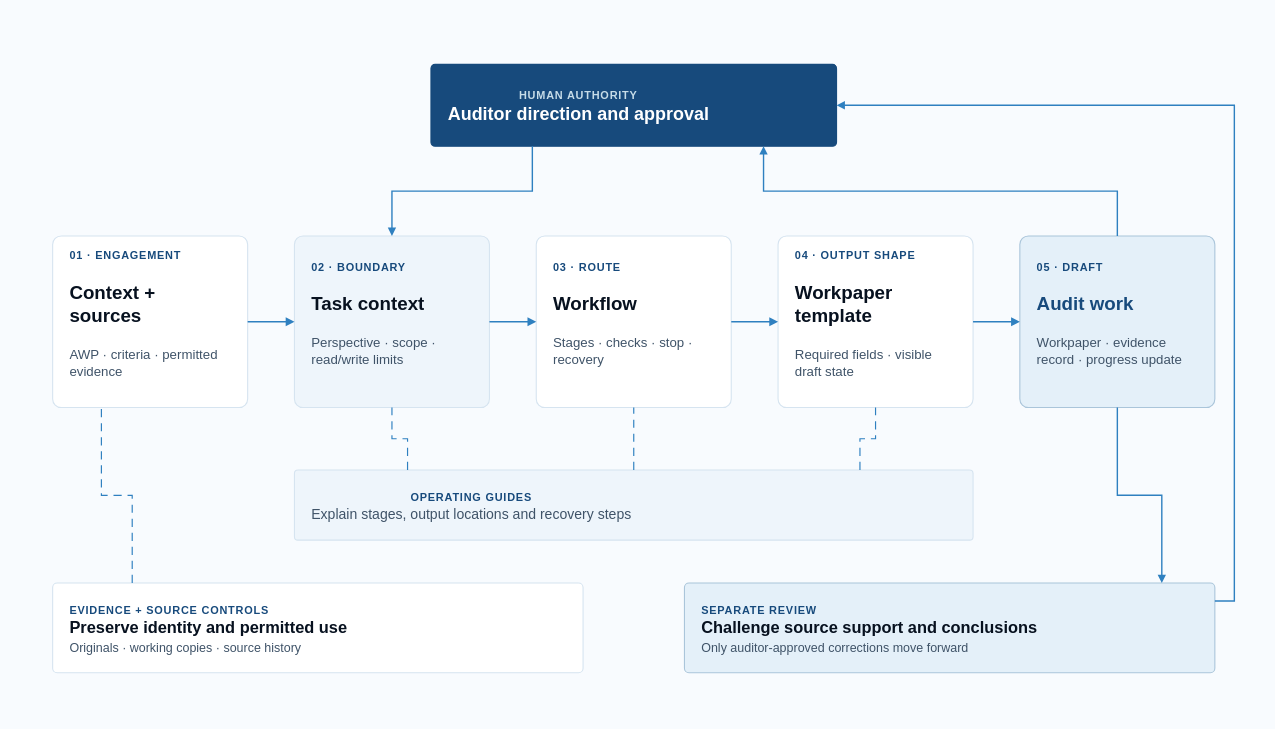
This is aeos/assets/source/aeos-core-component-interactions.drawio from busera/busera.github.io, a draw.io file, before an edit. Source tidied: cells renumbered, new cells numbered last; positions are measured from the earlier drawing's top-left corner, leaving out a move shared by most shapes. Both pictures are drawn from the tidied source at 78%, with x=0, y=0 at pixel (52, 55).
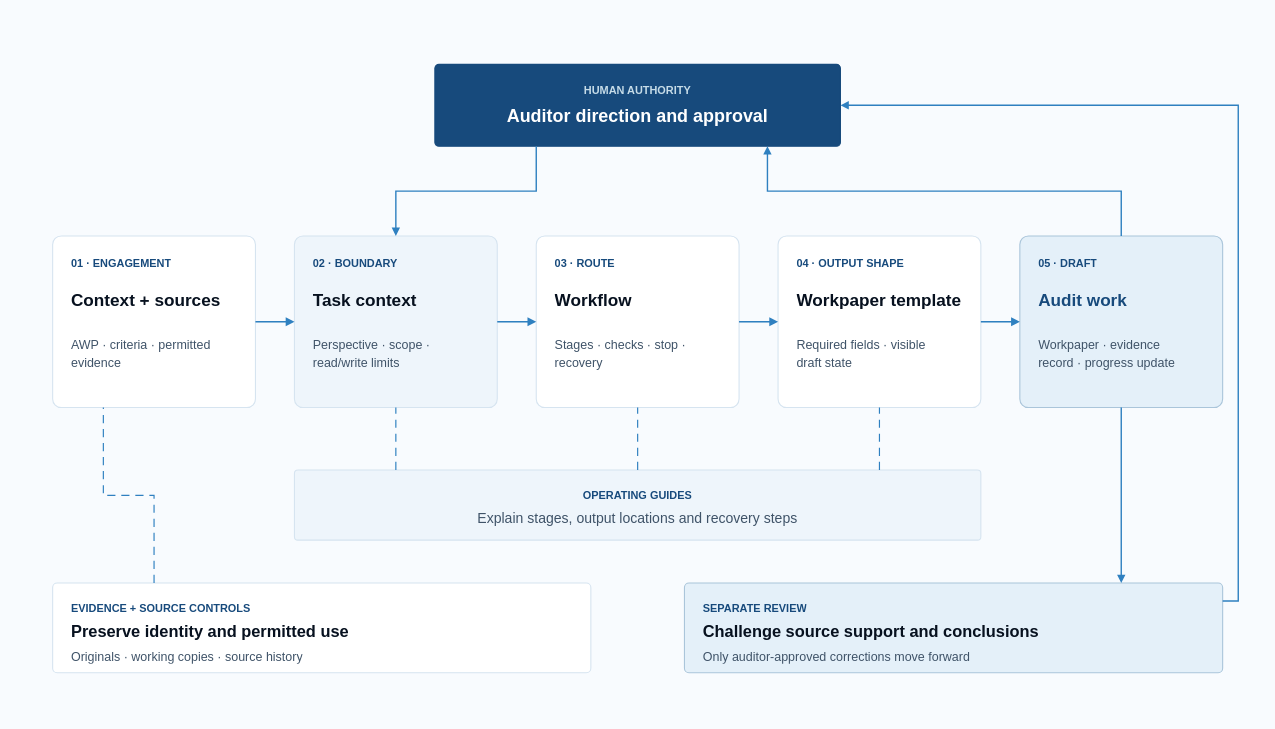
The same page after the edit.

Commit message (it also covers changes not shown here):
fix(aeos): align diagram typography

Diff of the diagram source:
```diff
@@
     <mxCell id="2" style="shape=rectangle;fillColor=none;strokeColor=none;opacity=0;html=1;" parent="1" vertex="1">
-      <mxGeometry x="4" width="1482.5" height="792.5" as="geometry" />
+      <mxGeometry x="-50" y="-54" width="1600" height="900" as="geometry" />
     </mxCell>
-    <mxCell id="3" value="&lt;div style=&quot;text-align:center;line-height:1.25;&quot;&gt;&lt;span style=&quot;font-size:14px;font-weight:700;letter-spacing:1px;color:#C6DCE8;&quot;&gt;HUMAN AUTHORITY&lt;/span&gt;&lt;br&gt;&lt;span style=&quot;font-size:23px;font-weight:700;color:#FFFFFF;&quot;&gt;Auditor direction and approval&lt;/span&gt;&lt;/div&gt;" style="rounded=1;arcSize=5;whiteSpace=wrap;html=1;fillColor=#174A7C;strokeColor=#174A7C;strokeWidth=1.4;align=left;verticalAlign=middle;fontFamily=Helvetica;fontSize=18;fontColor=#FFFFFF;spacingTop=18;spacingBottom=18;spacingLeft=20;spacingRight=20;shadow=0;" parent="1" vertex="1">
-      <mxGeometry x="485" y="11" width="520" height="105" as="geometry" />
+    <mxCell id="3" style="rounded=1;arcSize=5;whiteSpace=wrap;html=1;fillColor=#174A7C;strokeColor=#174A7C;strokeWidth=1.4;shadow=0;" parent="1" vertex="1">
+      <mxGeometry x="490" y="11" width="520" height="105" as="geometry" />
     </mxCell>
+    <mxCell id="24" value="HUMAN AUTHORITY" style="text;html=1;whiteSpace=wrap;overflow=hidden;strokeColor=none;fillColor=none;spacing=0;spacingTop=0;spacingBottom=0;spacingLeft=0;spacingRight=0;align=center;verticalAlign=top;fontFamily=Helvetica;fontColor=#C6DCE8;fontSize=14;fontStyle=1;" parent="1" vertex="1">
+      <mxGeometry x="514" y="32" width="472" height="20" as="geometry" />
+    </mxCell>
+    <mxCell id="25" value="Auditor direction and approval" style="text;html=1;whiteSpace=wrap;overflow=hidden;strokeColor=none;fillColor=none;spacing=0;spacingTop=0;spacingBottom=0;spacingLeft=0;spacingRight=0;align=center;verticalAlign=top;fontFamily=Helvetica;fontColor=#FFFFFF;fontSize=23;fontStyle=1;" parent="1" vertex="1">
+      <mxGeometry x="514" y="59" width="472" height="32" as="geometry" />
+    </mxCell>
-    <mxCell id="4" value="&lt;div style=&quot;line-height:1.25;&quot;&gt;&lt;span style=&quot;font-size:14px;font-weight:700;letter-spacing:1px;color:#174A7C;&quot;&gt;01 · ENGAGEMENT&lt;/span&gt;&lt;br&gt;&lt;br&gt;&lt;span style=&quot;font-size:24px;font-weight:700;color:#07111F;&quot;&gt;Context + sources&lt;/span&gt;&lt;br&gt;&lt;br&gt;&lt;span style=&quot;font-size:17px;color:#3F5368;&quot;&gt;AWP · criteria · permitted evidence&lt;/span&gt;&lt;br&gt;&lt;br&gt;&lt;span style=&quot;font-size:13px;font-weight:700;letter-spacing:0.8px;color:#5A6F85;&quot;&gt;&lt;/span&gt;&lt;/div&gt;" style="rounded=1;arcSize=5;whiteSpace=wrap;html=1;fillColor=#FFFFFF;strokeColor=#D6E4F0;strokeWidth=1.4;align=left;verticalAlign=middle;fontFamily=Helvetica;fontSize=18;fontColor=#07111F;spacingTop=18;spacingBottom=18;spacingLeft=20;spacingRight=20;shadow=0;" parent="1" vertex="1">
-      <mxGeometry y="231" width="250" height="220" as="geometry" />
+    <mxCell id="4" style="rounded=1;arcSize=5;whiteSpace=wrap;html=1;fillColor=#FFFFFF;strokeColor=#D6E4F0;strokeWidth=1.4;shadow=0;" parent="1" vertex="1">
+      <mxGeometry y="231" width="260" height="220" as="geometry" />
     </mxCell>
+    <mxCell id="26" value="01 · ENGAGEMENT" style="text;html=1;whiteSpace=wrap;overflow=hidden;strokeColor=none;fillColor=none;spacing=0;spacingTop=0;spacingBottom=0;spacingLeft=0;spacingRight=0;align=left;verticalAlign=top;fontFamily=Helvetica;fontColor=#174A7C;fontSize=14;fontStyle=1;" parent="1" vertex="1">
+      <mxGeometry x="24" y="253" width="212" height="22" as="geometry" />
+    </mxCell>
+    <mxCell id="27" value="Context + sources" style="text;html=1;whiteSpace=wrap;overflow=hidden;strokeColor=none;fillColor=none;spacing=0;spacingTop=0;spacingBottom=0;spacingLeft=0;spacingRight=0;align=left;verticalAlign=top;fontFamily=Helvetica;fontColor=#07111F;fontSize=22;fontStyle=1;" parent="1" vertex="1">
+      <mxGeometry x="24" y="296" width="212" height="40" as="geometry" />
+    </mxCell>
+    <mxCell id="28" value="&lt;div style=&quot;line-height:1.35;&quot;&gt;AWP · criteria · permitted&lt;br&gt;evidence&lt;/div&gt;" style="text;html=1;whiteSpace=wrap;overflow=hidden;strokeColor=none;fillColor=none;spacing=0;spacingTop=0;spacingBottom=0;spacingLeft=0;spacingRight=0;align=left;verticalAlign=top;fontFamily=Helvetica;fontColor=#3F5368;fontSize=16;fontStyle=0;" parent="1" vertex="1">
+      <mxGeometry x="24" y="356" width="212" height="56" as="geometry" />
+    </mxCell>
-    <mxCell id="5" value="&lt;div style=&quot;line-height:1.25;&quot;&gt;&lt;span style=&quot;font-size:14px;font-weight:700;letter-spacing:1px;color:#174A7C;&quot;&gt;02 · BOUNDARY&lt;/span&gt;&lt;br&gt;&lt;br&gt;&lt;span style=&quot;font-size:24px;font-weight:700;color:#07111F;&quot;&gt;Task context&lt;/span&gt;&lt;br&gt;&lt;br&gt;&lt;span style=&quot;font-size:17px;color:#3F5368;&quot;&gt;Perspective · scope · read/write limits&lt;/span&gt;&lt;br&gt;&lt;br&gt;&lt;span style=&quot;font-size:13px;font-weight:700;letter-spacing:0.8px;color:#5A6F85;&quot;&gt;&lt;/span&gt;&lt;/div&gt;" style="rounded=1;arcSize=5;whiteSpace=wrap;html=1;fillColor=#EEF5FB;strokeColor=#D6E4F0;strokeWidth=1.4;align=left;verticalAlign=middle;fontFamily=Helvetica;fontSize=18;fontColor=#07111F;spacingTop=18;spacingBottom=18;spacingLeft=20;spacingRight=20;shadow=0;" parent="1" vertex="1">
-      <mxGeometry x="310" y="231" width="250" height="220" as="geometry" />
+    <mxCell id="5" style="rounded=1;arcSize=5;whiteSpace=wrap;html=1;fillColor=#EEF5FB;strokeColor=#D6E4F0;strokeWidth=1.4;shadow=0;" parent="1" vertex="1">
+      <mxGeometry x="310" y="231" width="260" height="220" as="geometry" />
     </mxCell>
+    <mxCell id="29" value="02 · BOUNDARY" style="text;html=1;whiteSpace=wrap;overflow=hidden;strokeColor=none;fillColor=none;spacing=0;spacingTop=0;spacingBottom=0;spacingLeft=0;spacingRight=0;align=left;verticalAlign=top;fontFamily=Helvetica;fontColor=#174A7C;fontSize=14;fontStyle=1;" parent="1" vertex="1">
+      <mxGeometry x="334" y="253" width="212" height="22" as="geometry" />
+    </mxCell>
+    <mxCell id="30" value="Task context" style="text;html=1;whiteSpace=wrap;overflow=hidden;strokeColor=none;fillColor=none;spacing=0;spacingTop=0;spacingBottom=0;spacingLeft=0;spacingRight=0;align=left;verticalAlign=top;fontFamily=Helvetica;fontColor=#07111F;fontSize=22;fontStyle=1;" parent="1" vertex="1">
+      <mxGeometry x="334" y="296" width="212" height="40" as="geometry" />
+    </mxCell>
+    <mxCell id="31" value="&lt;div style=&quot;line-height:1.35;&quot;&gt;Perspective · scope ·&lt;br&gt;read/write limits&lt;/div&gt;" style="text;html=1;whiteSpace=wrap;overflow=hidden;strokeColor=none;fillColor=none;spacing=0;spacingTop=0;spacingBottom=0;spacingLeft=0;spacingRight=0;align=left;verticalAlign=top;fontFamily=Helvetica;fontColor=#3F5368;fontSize=16;fontStyle=0;" parent="1" vertex="1">
+      <mxGeometry x="334" y="356" width="212" height="56" as="geometry" />
+    </mxCell>
-    <mxCell id="6" value="&lt;div style=&quot;line-height:1.25;&quot;&gt;&lt;span style=&quot;font-size:14px;font-weight:700;letter-spacing:1px;color:#174A7C;&quot;&gt;03 · ROUTE&lt;/span&gt;&lt;br&gt;&lt;br&gt;&lt;span style=&quot;font-size:24px;font-weight:700;color:#07111F;&quot;&gt;Workflow&lt;/span&gt;&lt;br&gt;&lt;br&gt;&lt;span style=&quot;font-size:17px;color:#3F5368;&quot;&gt;Stages · checks · stop · recovery&lt;/span&gt;&lt;br&gt;&lt;br&gt;&lt;span style=&quot;font-size:13px;font-weight:700;letter-spacing:0.8px;color:#5A6F85;&quot;&gt;&lt;/span&gt;&lt;/div&gt;" style="rounded=1;arcSize=5;whiteSpace=wrap;html=1;fillColor=#FFFFFF;strokeColor=#D6E4F0;strokeWidth=1.4;align=left;verticalAlign=middle;fontFamily=Helvetica;fontSize=18;fontColor=#07111F;spacingTop=18;spacingBottom=18;spacingLeft=20;spacingRight=20;shadow=0;" parent="1" vertex="1">
-      <mxGeometry x="620" y="231" width="250" height="220" as="geometry" />
+    <mxCell id="6" style="rounded=1;arcSize=5;whiteSpace=wrap;html=1;fillColor=#FFFFFF;strokeColor=#D6E4F0;strokeWidth=1.4;shadow=0;" parent="1" vertex="1">
+      <mxGeometry x="620" y="231" width="260" height="220" as="geometry" />
     </mxCell>
+    <mxCell id="32" value="03 · ROUTE" style="text;html=1;whiteSpace=wrap;overflow=hidden;strokeColor=none;fillColor=none;spacing=0;spacingTop=0;spacingBottom=0;spacingLeft=0;spacingRight=0;align=left;verticalAlign=top;fontFamily=Helvetica;fontColor=#174A7C;fontSize=14;fontStyle=1;" parent="1" vertex="1">
+      <mxGeometry x="644" y="253" width="212" height="22" as="geometry" />
+    </mxCell>
+    <mxCell id="33" value="Workflow" style="text;html=1;whiteSpace=wrap;overflow=hidden;strokeColor=none;fillColor=none;spacing=0;spacingTop=0;spacingBottom=0;spacingLeft=0;spacingRight=0;align=left;verticalAlign=top;fontFamily=Helvetica;fontColor=#07111F;fontSize=22;fontStyle=1;" parent="1" vertex="1">
+      <mxGeometry x="644" y="296" width="212" height="40" as="geometry" />
+    </mxCell>
+    <mxCell id="34" value="&lt;div style=&quot;line-height:1.35;&quot;&gt;Stages · checks · stop ·&lt;br&gt;recovery&lt;/div&gt;" style="text;html=1;whiteSpace=wrap;overflow=hidden;strokeColor=none;fillColor=none;spacing=0;spacingTop=0;spacingBottom=0;spacingLeft=0;spacingRight=0;align=left;verticalAlign=top;fontFamily=Helvetica;fontColor=#3F5368;fontSize=16;fontStyle=0;" parent="1" vertex="1">
+      <mxGeometry x="644" y="356" width="212" height="56" as="geometry" />
+    </mxCell>
-    <mxCell id="7" value="&lt;div style=&quot;line-height:1.25;&quot;&gt;&lt;span style=&quot;font-size:14px;font-weight:700;letter-spacing:1px;color:#174A7C;&quot;&gt;04 · OUTPUT SHAPE&lt;/span&gt;&lt;br&gt;&lt;br&gt;&lt;span style=&quot;font-size:24px;font-weight:700;color:#07111F;&quot;&gt;Workpaper template&lt;/span&gt;&lt;br&gt;&lt;br&gt;&lt;span style=&quot;font-size:17px;color:#3F5368;&quot;&gt;Required fields · visible draft state&lt;/span&gt;&lt;br&gt;&lt;br&gt;&lt;span style=&quot;font-size:13px;font-weight:700;letter-spacing:0.8px;color:#5A6F85;&quot;&gt;&lt;/span&gt;&lt;/div&gt;" style="rounded=1;arcSize=5;whiteSpace=wrap;html=1;fillColor=#FFFFFF;strokeColor=#D6E4F0;strokeWidth=1.4;align=left;verticalAlign=middle;fontFamily=Helvetica;fontSize=18;fontColor=#07111F;spacingTop=18;spacingBottom=18;spacingLeft=20;spacingRight=20;shadow=0;" parent="1" vertex="1">
-      <mxGeometry x="930" y="231" width="250" height="220" as="geometry" />
+    <mxCell id="7" style="rounded=1;arcSize=5;whiteSpace=wrap;html=1;fillColor=#FFFFFF;strokeColor=#D6E4F0;strokeWidth=1.4;shadow=0;" parent="1" vertex="1">
+      <mxGeometry x="930" y="231" width="260" height="220" as="geometry" />
     </mxCell>
+    <mxCell id="35" value="04 · OUTPUT SHAPE" style="text;html=1;whiteSpace=wrap;overflow=hidden;strokeColor=none;fillColor=none;spacing=0;spacingTop=0;spacingBottom=0;spacingLeft=0;spacingRight=0;align=left;verticalAlign=top;fontFamily=Helvetica;fontColor=#174A7C;fontSize=14;fontStyle=1;" parent="1" vertex="1">
+      <mxGeometry x="954" y="253" width="212" height="22" as="geometry" />
+    </mxCell>
+    <mxCell id="36" value="Workpaper template" style="text;html=1;whiteSpace=wrap;overflow=hidden;strokeColor=none;fillColor=none;spacing=0;spacingTop=0;spacingBottom=0;spacingLeft=0;spacingRight=0;align=left;verticalAlign=top;fontFamily=Helvetica;fontColor=#07111F;fontSize=22;fontStyle=1;" parent="1" vertex="1">
+      <mxGeometry x="954" y="296" width="212" height="40" as="geometry" />
+    </mxCell>
+    <mxCell id="37" value="&lt;div style=&quot;line-height:1.35;&quot;&gt;Required fields · visible&lt;br&gt;draft state&lt;/div&gt;" style="text;html=1;whiteSpace=wrap;overflow=hidden;strokeColor=none;fillColor=none;spacing=0;spacingTop=0;spacingBottom=0;spacingLeft=0;spacingRight=0;align=left;verticalAlign=top;fontFamily=Helvetica;fontColor=#3F5368;fontSize=16;fontStyle=0;" parent="1" vertex="1">
+      <mxGeometry x="954" y="356" width="212" height="56" as="geometry" />
+    </mxCell>
-    <mxCell id="8" value="&lt;div style=&quot;line-height:1.25;&quot;&gt;&lt;span style=&quot;font-size:14px;font-weight:700;letter-spacing:1px;color:#174A7C;&quot;&gt;05 · DRAFT&lt;/span&gt;&lt;br&gt;&lt;br&gt;&lt;span style=&quot;font-size:24px;font-weight:700;color:#174A7C;&quot;&gt;Audit work&lt;/span&gt;&lt;br&gt;&lt;br&gt;&lt;span style=&quot;font-size:17px;color:#3F5368;&quot;&gt;Workpaper · evidence record · progress update&lt;/span&gt;&lt;br&gt;&lt;br&gt;&lt;span style=&quot;font-size:13px;font-weight:700;letter-spacing:0.8px;color:#5A6F85;&quot;&gt;&lt;/span&gt;&lt;/div&gt;" style="rounded=1;arcSize=5;whiteSpace=wrap;html=1;fillColor=#E4F0F9;strokeColor=#AAC5DA;strokeWidth=1.4;align=left;verticalAlign=middle;fontFamily=Helvetica;fontSize=18;fontColor=#07111F;spacingTop=18;spacingBottom=18;spacingLeft=20;spacingRight=20;shadow=0;" parent="1" vertex="1">
-      <mxGeometry x="1240" y="231" width="250" height="220" as="geometry" />
+    <mxCell id="8" style="rounded=1;arcSize=5;whiteSpace=wrap;html=1;fillColor=#E4F0F9;strokeColor=#AAC5DA;strokeWidth=1.4;shadow=0;" parent="1" vertex="1">
+      <mxGeometry x="1240" y="231" width="260" height="220" as="geometry" />
     </mxCell>
+    <mxCell id="38" value="05 · DRAFT" style="text;html=1;whiteSpace=wrap;overflow=hidden;strokeColor=none;fillColor=none;spacing=0;spacingTop=0;spacingBottom=0;spacingLeft=0;spacingRight=0;align=left;verticalAlign=top;fontFamily=Helvetica;fontColor=#174A7C;fontSize=14;fontStyle=1;" parent="1" vertex="1">
+      <mxGeometry x="1264" y="253" width="212" height="22" as="geometry" />
+    </mxCell>
+    <mxCell id="39" value="Audit work" style="text;html=1;whiteSpace=wrap;overflow=hidden;strokeColor=none;fillColor=none;spacing=0;spacingTop=0;spacingBottom=0;spacingLeft=0;spacingRight=0;align=left;verticalAlign=top;fontFamily=Helvetica;fontColor=#174A7C;fontSize=22;fontStyle=1;" parent="1" vertex="1">
+      <mxGeometry x="1264" y="296" width="212" height="40" as="geometry" />
+    </mxCell>
+    <mxCell id="40" value="&lt;div style=&quot;line-height:1.35;&quot;&gt;Workpaper · evidence&lt;br&gt;record · progress update&lt;/div&gt;" style="text;html=1;whiteSpace=wrap;overflow=hidden;strokeColor=none;fillColor=none;spacing=0;spacingTop=0;spacingBottom=0;spacingLeft=0;spacingRight=0;align=left;verticalAlign=top;fontFamily=Helvetica;fontColor=#3F5368;fontSize=16;fontStyle=0;" parent="1" vertex="1">
+      <mxGeometry x="1264" y="356" width="212" height="56" as="geometry" />
+    </mxCell>
@@
-    <mxCell id="15" value="&lt;div style=&quot;text-align:center;line-height:1.25;&quot;&gt;&lt;span style=&quot;font-size:14px;font-weight:700;letter-spacing:1px;color:#174A7C;&quot;&gt;OPERATING GUIDES&lt;/span&gt;&lt;br&gt;&lt;span style=&quot;font-size:18px;color:#3F5368;&quot;&gt;Explain stages, output locations and recovery steps&lt;/span&gt;&lt;/div&gt;" style="rounded=1;arcSize=5;whiteSpace=wrap;html=1;fillColor=#EEF5FB;strokeColor=#D6E4F0;strokeWidth=1.4;align=left;verticalAlign=middle;fontFamily=Helvetica;fontSize=18;fontColor=#07111F;spacingTop=18;spacingBottom=18;spacingLeft=20;spacingRight=20;shadow=0;" parent="1" vertex="1">
-      <mxGeometry x="310" y="531" width="870" height="90" as="geometry" />
+    <mxCell id="15" style="rounded=1;arcSize=5;whiteSpace=wrap;html=1;fillColor=#EEF5FB;strokeColor=#D6E4F0;strokeWidth=1.4;shadow=0;" parent="1" vertex="1">
+      <mxGeometry x="310" y="531" width="880" height="90" as="geometry" />
     </mxCell>
+    <mxCell id="41" value="OPERATING GUIDES" style="text;html=1;whiteSpace=wrap;overflow=hidden;strokeColor=none;fillColor=none;spacing=0;spacingTop=0;spacingBottom=0;spacingLeft=0;spacingRight=0;align=center;verticalAlign=top;fontFamily=Helvetica;fontColor=#174A7C;fontSize=14;fontStyle=1;" parent="1" vertex="1">
+      <mxGeometry x="334" y="551" width="832" height="20" as="geometry" />
+    </mxCell>
+    <mxCell id="42" value="Explain stages, output locations and recovery steps" style="text;html=1;whiteSpace=wrap;overflow=hidden;strokeColor=none;fillColor=none;spacing=0;spacingTop=0;spacingBottom=0;spacingLeft=0;spacingRight=0;align=center;verticalAlign=top;fontFamily=Helvetica;fontColor=#3F5368;fontSize=18;fontStyle=0;" parent="1" vertex="1">
+      <mxGeometry x="334" y="578" width="832" height="27" as="geometry" />
+    </mxCell>
-    <mxCell id="16" style="edgeStyle=orthogonalEdgeStyle;rounded=0;jettySize=auto;html=1;strokeColor=#2F80C0;strokeWidth=1.5;dashed=1;dashPattern=7 5;endArrow=none;startArrow=none;exitX=0.16666666666666666;exitY=0;entryX=0.5;entryY=1;exitDx=0;exitDy=0;entryDx=0;entryDy=0;" parent="1" edge="1" source="15" target="5">
+    <mxCell id="16" style="edgeStyle=orthogonalEdgeStyle;rounded=0;jettySize=auto;html=1;strokeColor=#2F80C0;strokeWidth=1.5;dashed=1;dashPattern=7 5;endArrow=none;startArrow=none;exitX=0.14772727272727273;exitY=0;entryX=0.5;entryY=1;exitDx=0;exitDy=0;entryDx=0;entryDy=0;" parent="1" edge="1" source="15" target="5">
       <mxGeometry relative="1" as="geometry" />
     </mxCell>
@@
-    <mxCell id="18" style="edgeStyle=orthogonalEdgeStyle;rounded=0;jettySize=auto;html=1;strokeColor=#2F80C0;strokeWidth=1.5;dashed=1;dashPattern=7 5;endArrow=none;startArrow=none;exitX=0.8333333333333334;exitY=0;entryX=0.5;entryY=1;exitDx=0;exitDy=0;entryDx=0;entryDy=0;" parent="1" edge="1" source="15" target="7">
+    <mxCell id="18" style="edgeStyle=orthogonalEdgeStyle;rounded=0;jettySize=auto;html=1;strokeColor=#2F80C0;strokeWidth=1.5;dashed=1;dashPattern=7 5;endArrow=none;startArrow=none;exitX=0.8522727272727273;exitY=0;entryX=0.5;entryY=1;exitDx=0;exitDy=0;entryDx=0;entryDy=0;" parent="1" edge="1" source="15" target="7">
       <mxGeometry relative="1" as="geometry" />
     </mxCell>
-    <mxCell id="19" value="&lt;div style=&quot;line-height:1.25;&quot;&gt;&lt;span style=&quot;font-size:14px;font-weight:700;letter-spacing:1px;color:#174A7C;&quot;&gt;EVIDENCE + SOURCE CONTROLS&lt;/span&gt;&lt;br&gt;&lt;span style=&quot;font-size:21px;font-weight:700;color:#07111F;&quot;&gt;Preserve identity and permitted use&lt;/span&gt;&lt;br&gt;&lt;span style=&quot;font-size:16px;color:#3F5368;&quot;&gt;Originals · working copies · source history&lt;/span&gt;&lt;/div&gt;" style="rounded=1;arcSize=5;whiteSpace=wrap;html=1;fillColor=#FFFFFF;strokeColor=#D6E4F0;strokeWidth=1.4;align=left;verticalAlign=middle;fontFamily=Helvetica;fontSize=18;fontColor=#07111F;spacingTop=18;spacingBottom=18;spacingLeft=20;spacingRight=20;shadow=0;" parent="1" vertex="1">
-      <mxGeometry y="676" width="680" height="115" as="geometry" />
+    <mxCell id="19" style="rounded=1;arcSize=5;whiteSpace=wrap;html=1;fillColor=#FFFFFF;strokeColor=#D6E4F0;strokeWidth=1.4;shadow=0;" parent="1" vertex="1">
+      <mxGeometry y="676" width="690" height="115" as="geometry" />
     </mxCell>
+    <mxCell id="43" value="EVIDENCE + SOURCE CONTROLS" style="text;html=1;whiteSpace=wrap;overflow=hidden;strokeColor=none;fillColor=none;spacing=0;spacingTop=0;spacingBottom=0;spacingLeft=0;spacingRight=0;align=left;verticalAlign=top;fontFamily=Helvetica;fontColor=#174A7C;fontSize=14;fontStyle=1;" parent="1" vertex="1">
+      <mxGeometry x="24" y="696" width="642" height="20" as="geometry" />
+    </mxCell>
+    <mxCell id="44" value="Preserve identity and permitted use" style="text;html=1;whiteSpace=wrap;overflow=hidden;strokeColor=none;fillColor=none;spacing=0;spacingTop=0;spacingBottom=0;spacingLeft=0;spacingRight=0;align=left;verticalAlign=top;fontFamily=Helvetica;fontColor=#07111F;fontSize=21;fontStyle=1;" parent="1" vertex="1">
+      <mxGeometry x="24" y="721" width="642" height="28" as="geometry" />
+    </mxCell>
+    <mxCell id="45" value="Originals · working copies · source history" style="text;html=1;whiteSpace=wrap;overflow=hidden;strokeColor=none;fillColor=none;spacing=0;spacingTop=0;spacingBottom=0;spacingLeft=0;spacingRight=0;align=left;verticalAlign=top;fontFamily=Helvetica;fontColor=#3F5368;fontSize=16;fontStyle=0;" parent="1" vertex="1">
+      <mxGeometry x="24" y="756" width="642" height="24" as="geometry" />
+    </mxCell>
-    <mxCell id="20" value="&lt;div style=&quot;line-height:1.25;&quot;&gt;&lt;span style=&quot;font-size:14px;font-weight:700;letter-spacing:1px;color:#174A7C;&quot;&gt;SEPARATE REVIEW&lt;/span&gt;&lt;br&gt;&lt;span style=&quot;font-size:21px;font-weight:700;color:#07111F;&quot;&gt;Challenge source support and conclusions&lt;/span&gt;&lt;br&gt;&lt;span style=&quot;font-size:16px;color:#3F5368;&quot;&gt;Only auditor-approved corrections move forward&lt;/span&gt;&lt;/div&gt;" style="rounded=1;arcSize=5;whiteSpace=wrap;html=1;fillColor=#E4F0F9;strokeColor=#AAC5DA;strokeWidth=1.4;align=left;verticalAlign=middle;fontFamily=Helvetica;fontSize=18;fontColor=#07111F;spacingTop=18;spacingBottom=18;spacingLeft=20;spacingRight=20;shadow=0;" parent="1" vertex="1">
-      <mxGeometry x="810" y="676" width="680" height="115" as="geometry" />
+    <mxCell id="20" style="rounded=1;arcSize=5;whiteSpace=wrap;html=1;fillColor=#E4F0F9;strokeColor=#AAC5DA;strokeWidth=1.4;shadow=0;" parent="1" vertex="1">
+      <mxGeometry x="810" y="676" width="690" height="115" as="geometry" />
     </mxCell>
+    <mxCell id="46" value="SEPARATE REVIEW" style="text;html=1;whiteSpace=wrap;overflow=hidden;strokeColor=none;fillColor=none;spacing=0;spacingTop=0;spacingBottom=0;spacingLeft=0;spacingRight=0;align=left;verticalAlign=top;fontFamily=Helvetica;fontColor=#174A7C;fontSize=14;fontStyle=1;" parent="1" vertex="1">
+      <mxGeometry x="834" y="696" width="642" height="20" as="geometry" />
+    </mxCell>
+    <mxCell id="47" value="Challenge source support and conclusions" style="text;html=1;whiteSpace=wrap;overflow=hidden;strokeColor=none;fillColor=none;spacing=0;spacingTop=0;spacingBottom=0;spacingLeft=0;spacingRight=0;align=left;verticalAlign=top;fontFamily=Helvetica;fontColor=#07111F;fontSize=21;fontStyle=1;" parent="1" vertex="1">
+      <mxGeometry x="834" y="721" width="642" height="28" as="geometry" />
+    </mxCell>
+    <mxCell id="48" value="Only auditor-approved corrections move forward" style="text;html=1;whiteSpace=wrap;overflow=hidden;strokeColor=none;fillColor=none;spacing=0;spacingTop=0;spacingBottom=0;spacingLeft=0;spacingRight=0;align=left;verticalAlign=top;fontFamily=Helvetica;fontColor=#3F5368;fontSize=16;fontStyle=0;" parent="1" vertex="1">
+      <mxGeometry x="834" y="756" width="642" height="24" as="geometry" />
+    </mxCell>
-    <mxCell id="21" style="edgeStyle=orthogonalEdgeStyle;rounded=0;jettySize=auto;html=1;strokeColor=#2F80C0;strokeWidth=1.5;dashed=1;dashPattern=7 5;endArrow=none;startArrow=none;exitX=0.15;exitY=0;entryX=0.25;entryY=1;exitDx=0;exitDy=0;entryDx=0;entryDy=0;" parent="1" edge="1" source="19" target="4">
+    <mxCell id="21" style="edgeStyle=orthogonalEdgeStyle;rounded=0;jettySize=auto;html=1;strokeColor=#2F80C0;strokeWidth=1.5;dashed=1;dashPattern=7 5;endArrow=none;startArrow=none;exitX=0.18840579710144928;exitY=0;entryX=0.25;entryY=1;exitDx=0;exitDy=0;entryDx=0;entryDy=0;" parent="1" edge="1" source="19" target="4">
       <mxGeometry relative="1" as="geometry" />
     </mxCell>
-    <mxCell id="22" style="edgeStyle=orthogonalEdgeStyle;rounded=0;jettySize=auto;html=1;strokeColor=#2F80C0;strokeWidth=1.8;endArrow=block;endFill=1;startArrow=none;exitX=0.5;exitY=1;entryX=0.9;entryY=0;exitDx=0;exitDy=0;entryDx=0;entryDy=0;" parent="1" edge="1" source="8" target="20">
+    <mxCell id="22" style="edgeStyle=orthogonalEdgeStyle;rounded=0;jettySize=auto;html=1;strokeColor=#2F80C0;strokeWidth=1.8;endArrow=block;endFill=1;startArrow=none;exitX=0.5;exitY=1;entryX=0.8115942028985508;entryY=0;exitDx=0;exitDy=0;entryDx=0;entryDy=0;" parent="1" edge="1" source="8" target="20">
       <mxGeometry relative="1" as="geometry" />
     </mxCell>
     <mxCell id="23" style="edgeStyle=orthogonalEdgeStyle;rounded=0;jettySize=auto;html=1;strokeColor=#2F80C0;strokeWidth=1.8;endArrow=block;endFill=1;startArrow=none;exitX=1;exitY=0.2;entryX=1;entryY=0.5;exitDx=0;exitDy=0;entryDx=0;entryDy=0;" parent="1" edge="1" source="20" target="3">
       <mxGeometry relative="1" as="geometry">
         <Array as="points">
-          <mxPoint x="1515" y="696" />
-          <mxPoint x="1515" y="64" />
-          <mxPoint x="1015" y="64" />
+          <mxPoint x="1520" y="696" />
+          <mxPoint x="1520" y="64" />
+          <mxPoint x="1020" y="64" />
         </Array>
       </mxGeometry>
     </mxCell>
```
